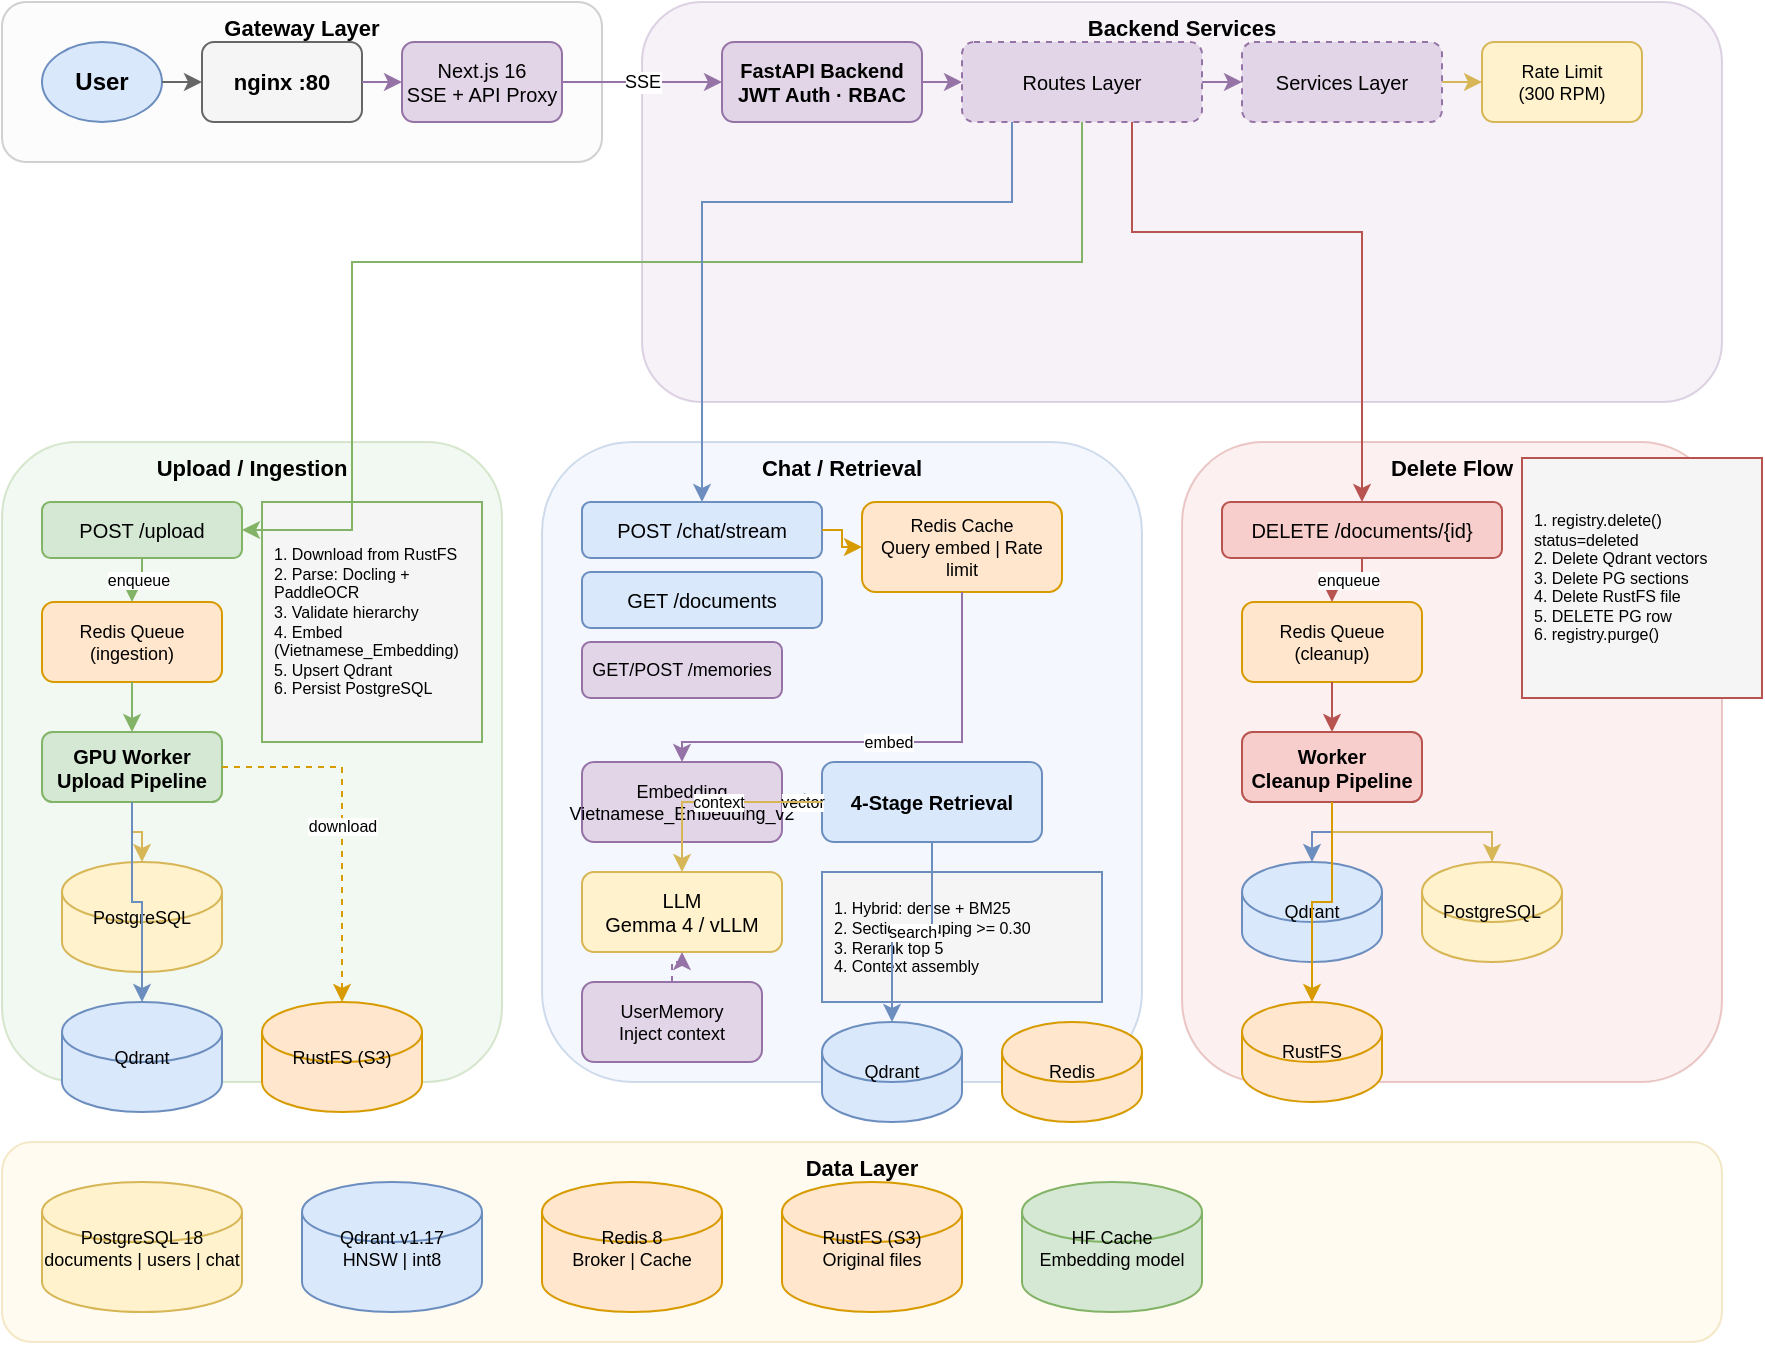
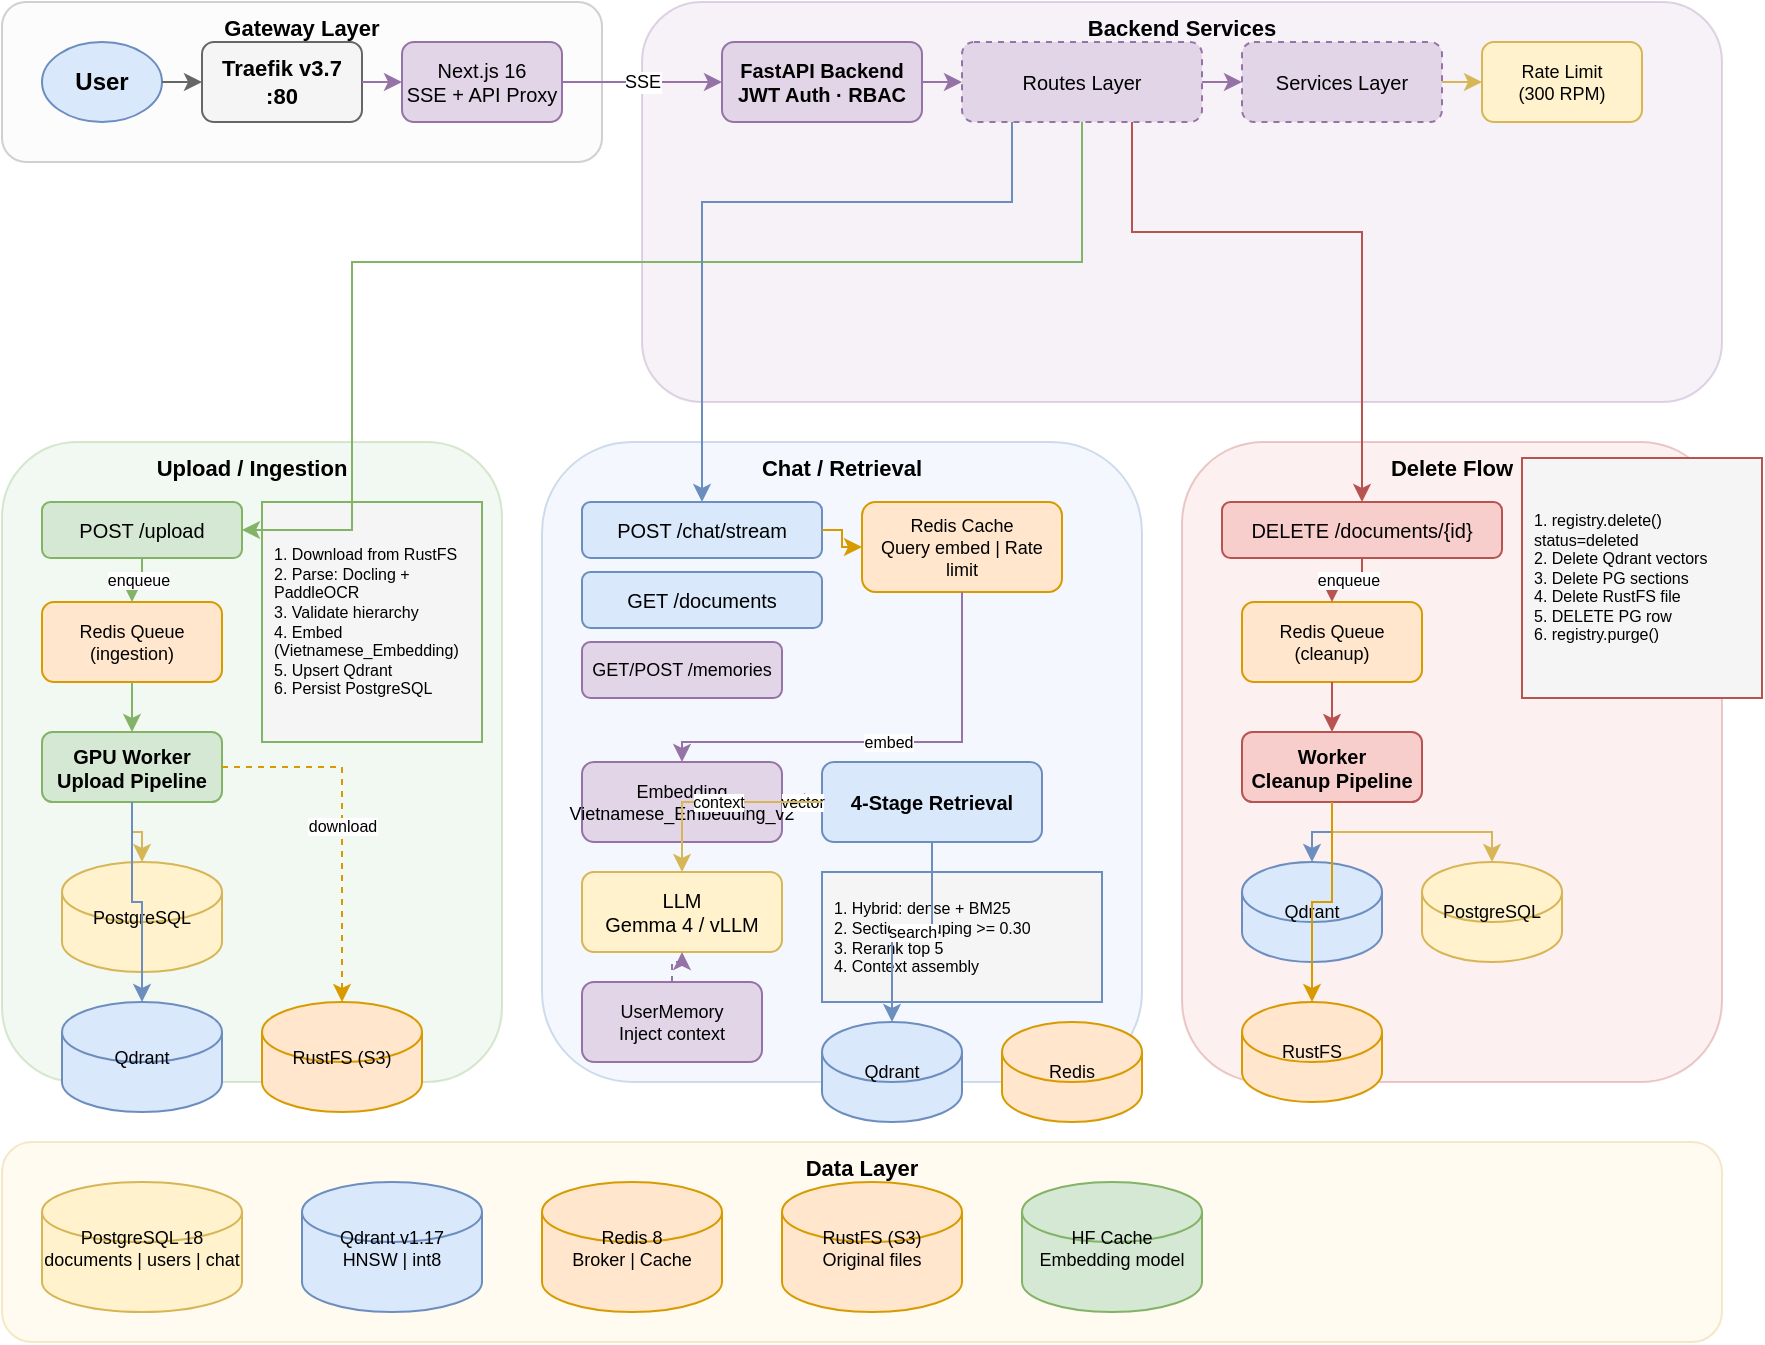
<mxfile host="65bd71144e">
    <diagram name="chatbot-rag Architecture" id="main">
        <mxGraphModel dx="964" dy="573" grid="1" gridSize="15" guides="1" tooltips="1" connect="1" arrows="1" fold="1" page="1" pageScale="1" pageWidth="1200" pageHeight="800" math="0" shadow="0">
            <root>
                <mxCell id="0"/>
                <mxCell id="1" parent="0"/>
                <mxCell id="zone_gateway" value="Gateway Layer" style="rounded=1;whiteSpace=wrap;html=1;fillColor=#f5f5f5;strokeColor=#666666;opacity=30;fontSize=11;fontStyle=1;verticalAlign=top;" parent="1" vertex="1">
                    <mxGeometry x="20" y="20" width="300" height="80" as="geometry"/>
                </mxCell>
                <mxCell id="zone_backend" value="Backend Services" style="rounded=1;whiteSpace=wrap;html=1;fillColor=#e1d5e7;strokeColor=#9673a6;opacity=30;fontSize=11;fontStyle=1;verticalAlign=top;" parent="1" vertex="1">
                    <mxGeometry x="340" y="20" width="540" height="200" as="geometry"/>
                </mxCell>
                <mxCell id="zone_ingestion" value="Upload / Ingestion" style="rounded=1;whiteSpace=wrap;html=1;fillColor=#d5e8d4;strokeColor=#82b366;opacity=30;fontSize=11;fontStyle=1;verticalAlign=top;" parent="1" vertex="1">
                    <mxGeometry x="20" y="240" width="250" height="320" as="geometry"/>
                </mxCell>
                <mxCell id="zone_chat" value="Chat / Retrieval" style="rounded=1;whiteSpace=wrap;html=1;fillColor=#dae8fc;strokeColor=#6c8ebf;opacity=30;fontSize=11;fontStyle=1;verticalAlign=top;" parent="1" vertex="1">
                    <mxGeometry x="290" y="240" width="300" height="320" as="geometry"/>
                </mxCell>
                <mxCell id="zone_delete" value="Delete Flow" style="rounded=1;whiteSpace=wrap;html=1;fillColor=#f8cecc;strokeColor=#b85450;opacity=30;fontSize=11;fontStyle=1;verticalAlign=top;" parent="1" vertex="1">
                    <mxGeometry x="610" y="240" width="270" height="320" as="geometry"/>
                </mxCell>
                <mxCell id="zone_data" value="Data Layer" style="rounded=1;whiteSpace=wrap;html=1;fillColor=#fff2cc;strokeColor=#d6b656;opacity=30;fontSize=11;fontStyle=1;verticalAlign=top;" parent="1" vertex="1">
                    <mxGeometry x="20" y="590" width="860" height="100" as="geometry"/>
                </mxCell>
                <mxCell id="user" value="User" style="ellipse;whiteSpace=wrap;html=1;fillColor=#dae8fc;strokeColor=#6c8ebf;fontStyle=1;fontSize=12;" parent="1" vertex="1">
                    <mxGeometry x="40" y="40" width="60" height="40" as="geometry"/>
                </mxCell>
-                 <mxCell id="nginx" value="nginx :80" style="rounded=1;whiteSpace=wrap;html=1;fillColor=#f5f5f5;strokeColor=#666666;fontStyle=1;fontSize=11;" parent="1" vertex="1">
+                 <mxCell id="traefik" value="Traefik v3.7 :80" style="rounded=1;whiteSpace=wrap;html=1;fillColor=#f5f5f5;strokeColor=#666666;fontStyle=1;fontSize=11;" parent="1" vertex="1">
                    <mxGeometry x="120" y="40" width="80" height="40" as="geometry"/>
                </mxCell>
                <mxCell id="nextjs" value="Next.js 16&#xa;SSE + API Proxy" style="rounded=1;whiteSpace=wrap;html=1;fillColor=#e1d5e7;strokeColor=#9673a6;fontSize=10;" parent="1" vertex="1">
                    <mxGeometry x="220" y="40" width="80" height="40" as="geometry"/>
                </mxCell>
                <mxCell id="api" value="FastAPI Backend&#xa;JWT Auth · RBAC" style="rounded=1;whiteSpace=wrap;html=1;fillColor=#e1d5e7;strokeColor=#9673a6;fontStyle=1;fontSize=10;" parent="1" vertex="1">
                    <mxGeometry x="380" y="40" width="100" height="40" as="geometry"/>
                </mxCell>
                <mxCell id="routes" value="Routes Layer" style="rounded=1;whiteSpace=wrap;html=1;fillColor=#e1d5e7;strokeColor=#9673a6;fontSize=10;dashed=1;" parent="1" vertex="1">
                    <mxGeometry x="500" y="40" width="120" height="40" as="geometry"/>
                </mxCell>
                <mxCell id="services" value="Services Layer" style="rounded=1;whiteSpace=wrap;html=1;fillColor=#e1d5e7;strokeColor=#9673a6;fontSize=10;dashed=1;" parent="1" vertex="1">
                    <mxGeometry x="640" y="40" width="100" height="40" as="geometry"/>
                </mxCell>
                <mxCell id="rate_limit" value="Rate Limit&#xa;(300 RPM)" style="rounded=1;whiteSpace=wrap;html=1;fillColor=#fff2cc;strokeColor=#d6b656;fontSize=9;" parent="1" vertex="1">
                    <mxGeometry x="760" y="40" width="80" height="40" as="geometry"/>
                </mxCell>
                <mxCell id="r_upload" value="POST /upload" style="rounded=1;whiteSpace=wrap;html=1;fillColor=#d5e8d4;strokeColor=#82b366;fontSize=10;" parent="1" vertex="1">
                    <mxGeometry x="40" y="270" width="100" height="28" as="geometry"/>
                </mxCell>
                <mxCell id="q_ing" value="Redis Queue&#xa;(ingestion)" style="rounded=1;whiteSpace=wrap;html=1;fillColor=#ffe6cc;strokeColor=#d79b00;fontSize=9;" parent="1" vertex="1">
                    <mxGeometry x="40" y="320" width="90" height="40" as="geometry"/>
                </mxCell>
                <mxCell id="w_ing" value="GPU Worker&#xa;Upload Pipeline" style="rounded=1;whiteSpace=wrap;html=1;fillColor=#d5e8d4;strokeColor=#82b366;fontStyle=1;fontSize=10;" parent="1" vertex="1">
                    <mxGeometry x="40" y="385" width="90" height="35" as="geometry"/>
                </mxCell>
                <mxCell id="ing_steps" value="1. Download from RustFS&#xa;2. Parse: Docling + PaddleOCR&#xa;3. Validate hierarchy&#xa;4. Embed (Vietnamese_Embedding)&#xa;5. Upsert Qdrant&#xa;6. Persist PostgreSQL" style="rounded=0;whiteSpace=wrap;html=1;fillColor=#f5f5f5;strokeColor=#82b366;fontSize=8;align=left;spacingLeft=4;" parent="1" vertex="1">
                    <mxGeometry x="150" y="270" width="110" height="120" as="geometry"/>
                </mxCell>
                <mxCell id="pg_ing" value="PostgreSQL" style="shape=cylinder3;whiteSpace=wrap;html=1;fillColor=#fff2cc;strokeColor=#d6b656;fontSize=9;" parent="1" vertex="1">
                    <mxGeometry x="50" y="450" width="80" height="55" as="geometry"/>
                </mxCell>
                <mxCell id="qdrant_ing" value="Qdrant" style="shape=cylinder3;whiteSpace=wrap;html=1;fillColor=#dae8fc;strokeColor=#6c8ebf;fontSize=9;" parent="1" vertex="1">
                    <mxGeometry x="50" y="520" width="80" height="55" as="geometry"/>
                </mxCell>
                <mxCell id="rustfs_ing" value="RustFS (S3)" style="shape=cylinder3;whiteSpace=wrap;html=1;fillColor=#ffe6cc;strokeColor=#d79b00;fontSize=9;" parent="1" vertex="1">
                    <mxGeometry x="150" y="520" width="80" height="55" as="geometry"/>
                </mxCell>
                <mxCell id="r_chat" value="POST /chat/stream" style="rounded=1;whiteSpace=wrap;html=1;fillColor=#dae8fc;strokeColor=#6c8ebf;fontSize=10;" parent="1" vertex="1">
                    <mxGeometry x="310" y="270" width="120" height="28" as="geometry"/>
                </mxCell>
                <mxCell id="r_docs" value="GET /documents" style="rounded=1;whiteSpace=wrap;html=1;fillColor=#dae8fc;strokeColor=#6c8ebf;fontSize=10;" parent="1" vertex="1">
                    <mxGeometry x="310" y="305" width="120" height="28" as="geometry"/>
                </mxCell>
                <mxCell id="r_memories" value="GET/POST /memories" style="rounded=1;whiteSpace=wrap;html=1;fillColor=#e1d5e7;strokeColor=#9673a6;fontSize=9;" parent="1" vertex="1">
                    <mxGeometry x="310" y="340" width="100" height="28" as="geometry"/>
                </mxCell>
                <mxCell id="redis_cache" value="Redis Cache&#xa;Query embed | Rate limit" style="rounded=1;whiteSpace=wrap;html=1;fillColor=#ffe6cc;strokeColor=#d79b00;fontSize=9;" parent="1" vertex="1">
                    <mxGeometry x="450" y="270" width="100" height="45" as="geometry"/>
                </mxCell>
                <mxCell id="embedding" value="Embedding&#xa;Vietnamese_Embedding_v2" style="rounded=1;whiteSpace=wrap;html=1;fillColor=#e1d5e7;strokeColor=#9673a6;fontSize=9;" parent="1" vertex="1">
                    <mxGeometry x="310" y="400" width="100" height="40" as="geometry"/>
                </mxCell>
                <mxCell id="retrieval" value="4-Stage Retrieval" style="rounded=1;whiteSpace=wrap;html=1;fillColor=#dae8fc;strokeColor=#6c8ebf;fontStyle=1;fontSize=10;" parent="1" vertex="1">
                    <mxGeometry x="430" y="400" width="110" height="40" as="geometry"/>
                </mxCell>
                <mxCell id="ret_steps" value="1. Hybrid: dense + BM25&#xa;2. Section grouping &gt;= 0.30&#xa;3. Rerank top 5&#xa;4. Context assembly" style="rounded=0;whiteSpace=wrap;html=1;fillColor=#f5f5f5;strokeColor=#6c8ebf;fontSize=8;align=left;spacingLeft=4;" parent="1" vertex="1">
                    <mxGeometry x="430" y="455" width="140" height="65" as="geometry"/>
                </mxCell>
                <mxCell id="llm" value="LLM&#xa;Gemma 4 / vLLM" style="rounded=1;whiteSpace=wrap;html=1;fillColor=#fff2cc;strokeColor=#d6b656;fontSize=10;" parent="1" vertex="1">
                    <mxGeometry x="310" y="455" width="100" height="40" as="geometry"/>
                </mxCell>
                <mxCell id="memory_svc" value="UserMemory&#xa;Inject context" style="rounded=1;whiteSpace=wrap;html=1;fillColor=#e1d5e7;strokeColor=#9673a6;fontSize=9;" parent="1" vertex="1">
                    <mxGeometry x="310" y="510" width="90" height="40" as="geometry"/>
                </mxCell>
                <mxCell id="qdrant_chat" value="Qdrant" style="shape=cylinder3;whiteSpace=wrap;html=1;fillColor=#dae8fc;strokeColor=#6c8ebf;fontSize=9;" parent="1" vertex="1">
                    <mxGeometry x="430" y="530" width="70" height="50" as="geometry"/>
                </mxCell>
                <mxCell id="redis_chat" value="Redis" style="shape=cylinder3;whiteSpace=wrap;html=1;fillColor=#ffe6cc;strokeColor=#d79b00;fontSize=9;" parent="1" vertex="1">
                    <mxGeometry x="520" y="530" width="70" height="50" as="geometry"/>
                </mxCell>
                <mxCell id="r_del" value="DELETE /documents/{id}" style="rounded=1;whiteSpace=wrap;html=1;fillColor=#f8cecc;strokeColor=#b85450;fontSize=10;" parent="1" vertex="1">
                    <mxGeometry x="630" y="270" width="140" height="28" as="geometry"/>
                </mxCell>
                <mxCell id="q_del" value="Redis Queue&#xa;(cleanup)" style="rounded=1;whiteSpace=wrap;html=1;fillColor=#ffe6cc;strokeColor=#d79b00;fontSize=9;" parent="1" vertex="1">
                    <mxGeometry x="640" y="320" width="90" height="40" as="geometry"/>
                </mxCell>
                <mxCell id="w_del" value="Worker&#xa;Cleanup Pipeline" style="rounded=1;whiteSpace=wrap;html=1;fillColor=#f8cecc;strokeColor=#b85450;fontStyle=1;fontSize=10;" parent="1" vertex="1">
                    <mxGeometry x="640" y="385" width="90" height="35" as="geometry"/>
                </mxCell>
                <mxCell id="del_steps" value="1. registry.delete()&#xa;   status=deleted&#xa;2. Delete Qdrant vectors&#xa;3. Delete PG sections&#xa;4. Delete RustFS file&#xa;5. DELETE PG row&#xa;6. registry.purge()" style="rounded=0;whiteSpace=wrap;html=1;fillColor=#f5f5f5;strokeColor=#b85450;fontSize=8;align=left;spacingLeft=4;" parent="1" vertex="1">
                    <mxGeometry x="780" y="248" width="120" height="120" as="geometry"/>
                </mxCell>
                <mxCell id="qdrant_del" value="Qdrant" style="shape=cylinder3;whiteSpace=wrap;html=1;fillColor=#dae8fc;strokeColor=#6c8ebf;fontSize=9;" parent="1" vertex="1">
                    <mxGeometry x="640" y="450" width="70" height="50" as="geometry"/>
                </mxCell>
                <mxCell id="pg_del" value="PostgreSQL" style="shape=cylinder3;whiteSpace=wrap;html=1;fillColor=#fff2cc;strokeColor=#d6b656;fontSize=9;" parent="1" vertex="1">
                    <mxGeometry x="730" y="450" width="70" height="50" as="geometry"/>
                </mxCell>
                <mxCell id="rustfs_del" value="RustFS" style="shape=cylinder3;whiteSpace=wrap;html=1;fillColor=#ffe6cc;strokeColor=#d79b00;fontSize=9;" parent="1" vertex="1">
                    <mxGeometry x="640" y="520" width="70" height="50" as="geometry"/>
                </mxCell>
                <mxCell id="pg" value="PostgreSQL 18&#xa;documents | users | chat" style="shape=cylinder3;whiteSpace=wrap;html=1;fillColor=#fff2cc;strokeColor=#d6b656;fontSize=9;" parent="1" vertex="1">
                    <mxGeometry x="40" y="610" width="100" height="65" as="geometry"/>
                </mxCell>
                <mxCell id="qdrant" value="Qdrant v1.17&#xa;HNSW | int8" style="shape=cylinder3;whiteSpace=wrap;html=1;fillColor=#dae8fc;strokeColor=#6c8ebf;fontSize=9;" parent="1" vertex="1">
                    <mxGeometry x="170" y="610" width="90" height="65" as="geometry"/>
                </mxCell>
                <mxCell id="redis" value="Redis 8&#xa;Broker | Cache" style="shape=cylinder3;whiteSpace=wrap;html=1;fillColor=#ffe6cc;strokeColor=#d79b00;fontSize=9;" parent="1" vertex="1">
                    <mxGeometry x="290" y="610" width="90" height="65" as="geometry"/>
                </mxCell>
                <mxCell id="rustfs" value="RustFS (S3)&#xa;Original files" style="shape=cylinder3;whiteSpace=wrap;html=1;fillColor=#ffe6cc;strokeColor=#d79b00;fontSize=9;" parent="1" vertex="1">
                    <mxGeometry x="410" y="610" width="90" height="65" as="geometry"/>
                </mxCell>
                <mxCell id="hf_cache" value="HF Cache&#xa;Embedding model" style="shape=cylinder3;whiteSpace=wrap;html=1;fillColor=#d5e8d4;strokeColor=#82b366;fontSize=9;" parent="1" vertex="1">
                    <mxGeometry x="530" y="610" width="90" height="65" as="geometry"/>
                </mxCell>
-                 <mxCell id="e1" value="" style="edgeStyle=orthogonalEdgeStyle;rounded=0;html=1;strokeColor=#666666;" parent="1" source="user" target="nginx" edge="1">
-                     <mxGeometry relative="1" as="geometry"/>
-                 </mxCell>
-                 <mxCell id="e2" value="" style="edgeStyle=orthogonalEdgeStyle;rounded=0;html=1;strokeColor=#9673a6;" parent="1" source="nginx" target="nextjs" edge="1">
+                 <mxCell id="e1" value="" style="edgeStyle=orthogonalEdgeStyle;rounded=0;html=1;strokeColor=#666666;" parent="1" source="user" target="traefik" edge="1">
+                     <mxGeometry relative="1" as="geometry"/>
+                 </mxCell>
+                 <mxCell id="e2" value="" style="edgeStyle=orthogonalEdgeStyle;rounded=0;html=1;strokeColor=#9673a6;" parent="1" source="traefik" target="nextjs" edge="1">
                    <mxGeometry relative="1" as="geometry"/>
                </mxCell>
                <mxCell id="e3" value="SSE" style="edgeStyle=orthogonalEdgeStyle;rounded=0;html=1;strokeColor=#9673a6;fontSize=9;" parent="1" source="nextjs" target="api" edge="1">
                    <mxGeometry relative="1" as="geometry"/>
                </mxCell>
                <mxCell id="e4" value="" style="edgeStyle=orthogonalEdgeStyle;rounded=0;html=1;strokeColor=#9673a6;" parent="1" source="api" target="routes" edge="1">
                    <mxGeometry relative="1" as="geometry"/>
                </mxCell>
                <mxCell id="e5" value="" style="edgeStyle=orthogonalEdgeStyle;rounded=0;html=1;strokeColor=#9673a6;" parent="1" source="routes" target="services" edge="1">
                    <mxGeometry relative="1" as="geometry"/>
                </mxCell>
                <mxCell id="e6" value="" style="edgeStyle=orthogonalEdgeStyle;rounded=0;html=1;strokeColor=#d6b656;" parent="1" source="services" target="rate_limit" edge="1">
                    <mxGeometry relative="1" as="geometry"/>
                </mxCell>
                <mxCell id="e7" value="" style="edgeStyle=orthogonalEdgeStyle;rounded=0;html=1;strokeColor=#82b366;" parent="1" source="routes" target="r_upload" edge="1">
                    <mxGeometry relative="1" as="geometry">
                        <Array as="points">
                            <mxPoint x="560" y="150"/>
                            <mxPoint x="195" y="150"/>
                            <mxPoint x="195" y="284"/>
                        </Array>
                    </mxGeometry>
                </mxCell>
                <mxCell id="e8" value="enqueue" style="edgeStyle=orthogonalEdgeStyle;rounded=0;html=1;strokeColor=#82b366;fontSize=8;" parent="1" source="r_upload" target="q_ing" edge="1">
                    <mxGeometry relative="1" as="geometry"/>
                </mxCell>
                <mxCell id="e9" value="" style="edgeStyle=orthogonalEdgeStyle;rounded=0;html=1;strokeColor=#82b366;" parent="1" source="q_ing" target="w_ing" edge="1">
                    <mxGeometry relative="1" as="geometry"/>
                </mxCell>
                <mxCell id="e10" value="" style="edgeStyle=orthogonalEdgeStyle;rounded=0;html=1;strokeColor=#d6b656;" parent="1" source="w_ing" target="pg_ing" edge="1">
                    <mxGeometry relative="1" as="geometry"/>
                </mxCell>
                <mxCell id="e11" value="" style="edgeStyle=orthogonalEdgeStyle;rounded=0;html=1;strokeColor=#6c8ebf;" parent="1" source="w_ing" target="qdrant_ing" edge="1">
                    <mxGeometry relative="1" as="geometry"/>
                </mxCell>
                <mxCell id="e12" value="download" style="edgeStyle=orthogonalEdgeStyle;rounded=0;html=1;strokeColor=#d79b00;fontSize=8;dashed=1;" parent="1" source="w_ing" target="rustfs_ing" edge="1">
                    <mxGeometry relative="1" as="geometry"/>
                </mxCell>
                <mxCell id="e13" value="" style="edgeStyle=orthogonalEdgeStyle;rounded=0;html=1;strokeColor=#6c8ebf;" parent="1" source="routes" target="r_chat" edge="1">
                    <mxGeometry relative="1" as="geometry">
                        <Array as="points">
                            <mxPoint x="525" y="120"/>
                            <mxPoint x="370" y="120"/>
                        </Array>
                    </mxGeometry>
                </mxCell>
                <mxCell id="e14" value="" style="edgeStyle=orthogonalEdgeStyle;rounded=0;html=1;strokeColor=#d79b00;" parent="1" source="r_chat" target="redis_cache" edge="1">
                    <mxGeometry relative="1" as="geometry"/>
                </mxCell>
                <mxCell id="e15" value="embed" style="edgeStyle=orthogonalEdgeStyle;rounded=0;html=1;strokeColor=#9673a6;fontSize=8;" parent="1" source="redis_cache" target="embedding" edge="1">
                    <mxGeometry relative="1" as="geometry">
                        <Array as="points">
                            <mxPoint x="500" y="390"/>
                            <mxPoint x="360" y="390"/>
                        </Array>
                    </mxGeometry>
                </mxCell>
                <mxCell id="e16" value="vector" style="edgeStyle=orthogonalEdgeStyle;rounded=0;html=1;strokeColor=#6c8ebf;fontSize=8;" parent="1" source="embedding" target="retrieval" edge="1">
                    <mxGeometry relative="1" as="geometry"/>
                </mxCell>
                <mxCell id="e17" value="context" style="edgeStyle=orthogonalEdgeStyle;rounded=0;html=1;strokeColor=#d6b656;fontSize=8;" parent="1" source="retrieval" target="llm" edge="1">
                    <mxGeometry relative="1" as="geometry"/>
                </mxCell>
                <mxCell id="e18" value="" style="edgeStyle=orthogonalEdgeStyle;rounded=0;html=1;strokeColor=#9673a6;dashed=1;" parent="1" source="memory_svc" target="llm" edge="1">
                    <mxGeometry relative="1" as="geometry"/>
                </mxCell>
                <mxCell id="e19" value="search" style="edgeStyle=orthogonalEdgeStyle;rounded=0;html=1;strokeColor=#6c8ebf;fontSize=8;" parent="1" source="retrieval" target="qdrant_chat" edge="1">
                    <mxGeometry relative="1" as="geometry"/>
                </mxCell>
                <mxCell id="e20" value="" style="edgeStyle=orthogonalEdgeStyle;rounded=0;html=1;strokeColor=#b85450;" parent="1" source="routes" target="r_del" edge="1">
                    <mxGeometry relative="1" as="geometry">
                        <Array as="points">
                            <mxPoint x="585" y="135"/>
                            <mxPoint x="700" y="135"/>
                        </Array>
                    </mxGeometry>
                </mxCell>
                <mxCell id="e21" value="enqueue" style="edgeStyle=orthogonalEdgeStyle;rounded=0;html=1;strokeColor=#b85450;fontSize=8;" parent="1" source="r_del" target="q_del" edge="1">
                    <mxGeometry relative="1" as="geometry"/>
                </mxCell>
                <mxCell id="e22" value="" style="edgeStyle=orthogonalEdgeStyle;rounded=0;html=1;strokeColor=#b85450;" parent="1" source="q_del" target="w_del" edge="1">
                    <mxGeometry relative="1" as="geometry"/>
                </mxCell>
                <mxCell id="e23" value="" style="edgeStyle=orthogonalEdgeStyle;rounded=0;html=1;strokeColor=#6c8ebf;" parent="1" source="w_del" target="qdrant_del" edge="1">
                    <mxGeometry relative="1" as="geometry"/>
                </mxCell>
                <mxCell id="e24" value="" style="edgeStyle=orthogonalEdgeStyle;rounded=0;html=1;strokeColor=#d6b656;" parent="1" source="w_del" target="pg_del" edge="1">
                    <mxGeometry relative="1" as="geometry"/>
                </mxCell>
                <mxCell id="e25" value="" style="edgeStyle=orthogonalEdgeStyle;rounded=0;html=1;strokeColor=#d79b00;" parent="1" source="w_del" target="rustfs_del" edge="1">
                    <mxGeometry relative="1" as="geometry"/>
                </mxCell>
            </root>
        </mxGraphModel>
    </diagram>
</mxfile>